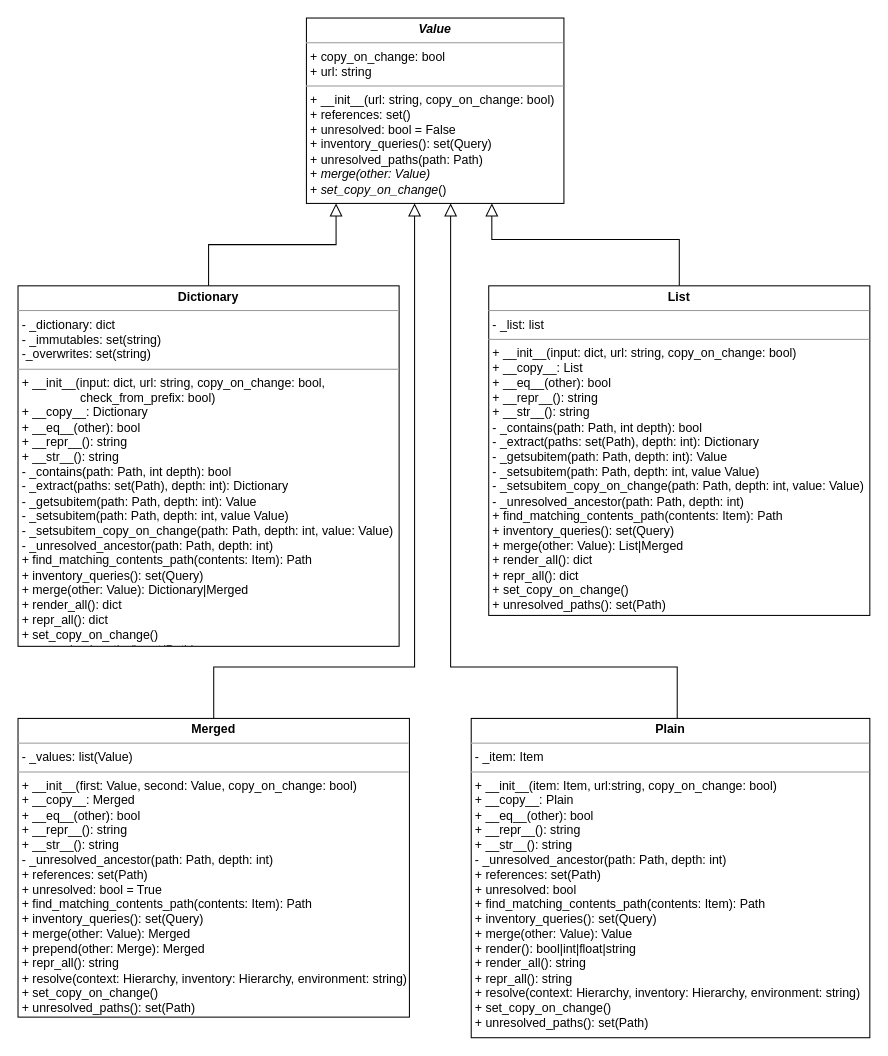
AndrewPickford/nodeclass keeps this draw.io diagram as page "Page-3" (3 of 4) of docs/diagrams/classes.drawio. Above is the earlier version. Source tidied: cells renumbered, new cells numbered last; positions are measured from the earlier drawing's top-left corner, leaving out a move shared by most shapes. Both pictures are drawn from the tidied source at 103%, with x=0, y=0 at pixel (18, 18).
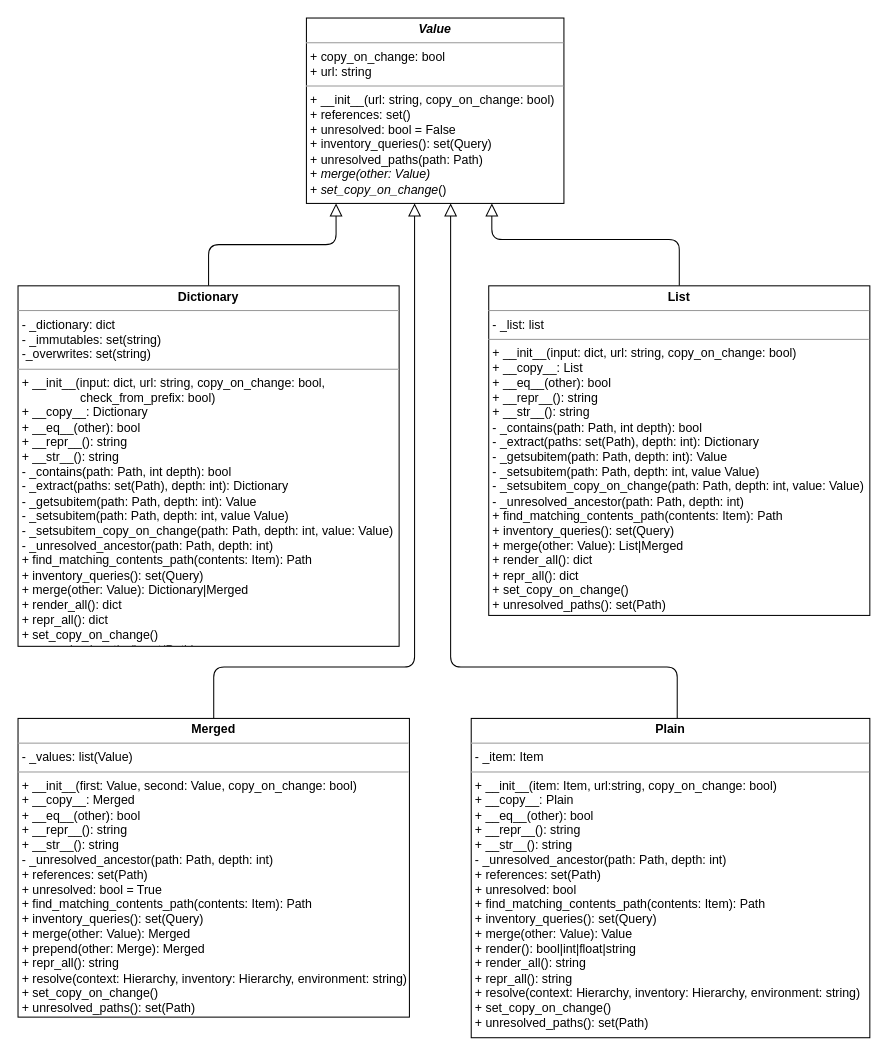
After the change.

The edit, as a diff of the source:
```diff
@@
 <mxGraphModel>
   <root>
     <mxCell id="0" />
     <mxCell id="1" parent="0" />
     <mxCell id="2" value="&lt;p style=&quot;margin:0px;margin-top:4px;text-align:center;&quot;&gt;&lt;b&gt;&lt;i&gt;Value&lt;/i&gt;&lt;/b&gt;&lt;/p&gt;&lt;hr size=&quot;1&quot;&gt;&lt;p style=&quot;margin:0px;margin-left:4px;&quot;&gt;+ copy_on_change: bool&lt;/p&gt;&lt;p style=&quot;margin:0px;margin-left:4px;&quot;&gt;+ url: string&lt;/p&gt;&lt;hr size=&quot;1&quot;&gt;&lt;p style=&quot;margin: 0px 0px 0px 4px;&quot;&gt;&lt;span style=&quot;background-color: initial;&quot;&gt;+ __init__(url: string, copy_on_change: bool)&lt;/span&gt;&lt;/p&gt;&lt;p style=&quot;margin: 0px 0px 0px 4px;&quot;&gt;&lt;span style=&quot;background-color: initial;&quot;&gt;+ references: set()&lt;/span&gt;&lt;br&gt;&lt;/p&gt;&lt;p style=&quot;margin:0px;margin-left:4px;&quot;&gt;+ unresolved: bool = False&lt;/p&gt;&lt;p style=&quot;margin:0px;margin-left:4px;&quot;&gt;+ inventory_queries(): set(Query)&lt;br&gt;&lt;/p&gt;&lt;p style=&quot;margin:0px;margin-left:4px;&quot;&gt;+ unresolved_paths(path: Path)&lt;/p&gt;&lt;p style=&quot;margin:0px;margin-left:4px;&quot;&gt;+ &lt;i&gt;merge(other: Value)&lt;/i&gt;&lt;/p&gt;&lt;p style=&quot;margin:0px;margin-left:4px;&quot;&gt;+ &lt;i&gt;set_copy_on_change&lt;/i&gt;()&lt;/p&gt;" style="verticalAlign=top;align=left;overflow=fill;fontSize=12;fontFamily=Helvetica;html=1;" parent="1" vertex="1">
       <mxGeometry x="280" width="250" height="180" as="geometry" />
     </mxCell>
-    <mxCell id="3" style="edgeStyle=orthogonalEdgeStyle;rounded=0;jettySize=auto;html=1;exitX=0.5;exitY=0;exitDx=0;exitDy=0;entryX=0.115;entryY=1;entryDx=0;entryDy=0;entryPerimeter=0;endSize=10;startSize=10;endArrow=block;endFill=0;" parent="1" edge="1" source="4" target="2">
+    <mxCell id="3" style="edgeStyle=orthogonalEdgeStyle;rounded=1;jettySize=auto;html=1;exitX=0.5;exitY=0;exitDx=0;exitDy=0;entryX=0.115;entryY=1;entryDx=0;entryDy=0;entryPerimeter=0;endSize=10;startSize=10;endArrow=block;endFill=0;" parent="1" edge="1" source="4" target="2">
       <mxGeometry relative="1" as="geometry" />
     </mxCell>
     <mxCell id="4" value="&lt;p style=&quot;margin:0px;margin-top:4px;text-align:center;&quot;&gt;&lt;b&gt;Dictionary&lt;/b&gt;&lt;/p&gt;&lt;hr size=&quot;1&quot;&gt;&lt;p style=&quot;margin:0px;margin-left:4px;&quot;&gt;- _dictionary: dict&lt;/p&gt;&lt;p style=&quot;margin:0px;margin-left:4px;&quot;&gt;- _immutables: set(string)&lt;/p&gt;&lt;p style=&quot;margin:0px;margin-left:4px;&quot;&gt;-_overwrites: set(string)&lt;/p&gt;&lt;hr size=&quot;1&quot;&gt;&lt;p style=&quot;margin:0px;margin-left:4px;&quot;&gt;+ __init__(input: dict, url: string, copy_on_change: bool,&lt;/p&gt;&lt;p style=&quot;margin:0px;margin-left:4px;&quot;&gt;&amp;nbsp; &amp;nbsp; &amp;nbsp; &amp;nbsp; &amp;nbsp; &amp;nbsp; &amp;nbsp; &amp;nbsp; &amp;nbsp;check_from_prefix: bool)&lt;/p&gt;&lt;p style=&quot;margin:0px;margin-left:4px;&quot;&gt;+ __copy__: Dictionary&lt;/p&gt;&lt;p style=&quot;margin:0px;margin-left:4px;&quot;&gt;+ __eq__(other): bool&lt;/p&gt;&lt;p style=&quot;margin:0px;margin-left:4px;&quot;&gt;+ __repr__(): string&lt;/p&gt;&lt;p style=&quot;margin:0px;margin-left:4px;&quot;&gt;+ __str__(): string&lt;/p&gt;&lt;p style=&quot;margin:0px;margin-left:4px;&quot;&gt;- _contains(path: Path, int depth): bool&lt;/p&gt;&lt;p style=&quot;margin:0px;margin-left:4px;&quot;&gt;- _extract(paths: set(Path), depth: int): Dictionary&lt;/p&gt;&lt;p style=&quot;margin:0px;margin-left:4px;&quot;&gt;- _getsubitem(path: Path, depth: int): Value&lt;/p&gt;&lt;p style=&quot;margin:0px;margin-left:4px;&quot;&gt;- _setsubitem(path: Path, depth: int, value Value)&lt;/p&gt;&lt;p style=&quot;margin:0px;margin-left:4px;&quot;&gt;- _setsubitem_copy_on_change(path: Path, depth: int, value: Value)&lt;/p&gt;&lt;p style=&quot;margin:0px;margin-left:4px;&quot;&gt;- _unresolved_ancestor(path: Path, depth: int)&lt;/p&gt;&lt;p style=&quot;margin:0px;margin-left:4px;&quot;&gt;+ find_matching_contents_path(contents: Item): Path&lt;/p&gt;&lt;p style=&quot;margin:0px;margin-left:4px;&quot;&gt;+ inventory_queries(): set(Query)&lt;/p&gt;&lt;p style=&quot;margin:0px;margin-left:4px;&quot;&gt;+ merge(other: Value): Dictionary|Merged&lt;/p&gt;&lt;p style=&quot;margin:0px;margin-left:4px;&quot;&gt;+ render_all(): dict&lt;/p&gt;&lt;p style=&quot;margin:0px;margin-left:4px;&quot;&gt;+ repr_all(): dict&lt;/p&gt;&lt;p style=&quot;margin:0px;margin-left:4px;&quot;&gt;+ set_copy_on_change()&lt;/p&gt;&lt;p style=&quot;margin:0px;margin-left:4px;&quot;&gt;+ unresolved_paths(): set(Path)&lt;/p&gt;" style="verticalAlign=top;align=left;overflow=fill;fontSize=12;fontFamily=Helvetica;html=1;" parent="1" vertex="1">
       <mxGeometry y="260" width="370" height="350" as="geometry" />
     </mxCell>
-    <mxCell id="5" style="edgeStyle=orthogonalEdgeStyle;rounded=0;jettySize=auto;html=1;endArrow=block;endFill=0;startSize=10;endSize=10;" parent="1" edge="1" source="6" target="2">
+    <mxCell id="5" style="edgeStyle=orthogonalEdgeStyle;rounded=1;jettySize=auto;html=1;endArrow=block;endFill=0;startSize=10;endSize=10;" parent="1" edge="1" source="6" target="2">
       <mxGeometry relative="1" as="geometry">
         <Array as="points">
           <mxPoint x="642" y="215" />
           <mxPoint x="460" y="215" />
         </Array>
       </mxGeometry>
     </mxCell>
     <mxCell id="6" value="&lt;p style=&quot;margin:0px;margin-top:4px;text-align:center;&quot;&gt;&lt;b&gt;List&lt;/b&gt;&lt;/p&gt;&lt;hr size=&quot;1&quot;&gt;&lt;p style=&quot;margin:0px;margin-left:4px;&quot;&gt;- _list: list&lt;/p&gt;&lt;hr size=&quot;1&quot;&gt;&lt;p style=&quot;margin:0px;margin-left:4px;&quot;&gt;+ __init__(input: dict, url: string, copy_on_change: bool)&lt;br&gt;&lt;/p&gt;&lt;p style=&quot;margin:0px;margin-left:4px;&quot;&gt;+ __copy__: List&lt;/p&gt;&lt;p style=&quot;margin:0px;margin-left:4px;&quot;&gt;+ __eq__(other): bool&lt;/p&gt;&lt;p style=&quot;margin:0px;margin-left:4px;&quot;&gt;+ __repr__(): string&lt;/p&gt;&lt;p style=&quot;margin:0px;margin-left:4px;&quot;&gt;+ __str__(): string&lt;/p&gt;&lt;p style=&quot;margin:0px;margin-left:4px;&quot;&gt;- _contains(path: Path, int depth): bool&lt;/p&gt;&lt;p style=&quot;margin:0px;margin-left:4px;&quot;&gt;- _extract(paths: set(Path), depth: int): Dictionary&lt;/p&gt;&lt;p style=&quot;margin:0px;margin-left:4px;&quot;&gt;- _getsubitem(path: Path, depth: int): Value&lt;/p&gt;&lt;p style=&quot;margin:0px;margin-left:4px;&quot;&gt;- _setsubitem(path: Path, depth: int, value Value)&lt;/p&gt;&lt;p style=&quot;margin:0px;margin-left:4px;&quot;&gt;- _setsubitem_copy_on_change(path: Path, depth: int, value: Value)&lt;/p&gt;&lt;p style=&quot;margin:0px;margin-left:4px;&quot;&gt;- _unresolved_ancestor(path: Path, depth: int)&lt;/p&gt;&lt;p style=&quot;margin:0px;margin-left:4px;&quot;&gt;+ find_matching_contents_path(contents: Item): Path&lt;/p&gt;&lt;p style=&quot;margin:0px;margin-left:4px;&quot;&gt;+ inventory_queries(): set(Query)&lt;/p&gt;&lt;p style=&quot;margin:0px;margin-left:4px;&quot;&gt;+ merge(other: Value): List|Merged&lt;/p&gt;&lt;p style=&quot;margin:0px;margin-left:4px;&quot;&gt;+ render_all(): dict&lt;/p&gt;&lt;p style=&quot;margin:0px;margin-left:4px;&quot;&gt;+ repr_all(): dict&lt;/p&gt;&lt;p style=&quot;margin:0px;margin-left:4px;&quot;&gt;+ set_copy_on_change()&lt;/p&gt;&lt;p style=&quot;margin:0px;margin-left:4px;&quot;&gt;+ unresolved_paths(): set(Path)&lt;/p&gt;" style="verticalAlign=top;align=left;overflow=fill;fontSize=12;fontFamily=Helvetica;html=1;" parent="1" vertex="1">
       <mxGeometry x="457" y="260" width="370" height="320" as="geometry" />
     </mxCell>
-    <mxCell id="7" style="edgeStyle=orthogonalEdgeStyle;rounded=0;jettySize=auto;html=1;endArrow=block;endFill=0;startSize=10;endSize=10;" parent="1" edge="1" source="8" target="2">
+    <mxCell id="7" style="edgeStyle=orthogonalEdgeStyle;rounded=1;jettySize=auto;html=1;endArrow=block;endFill=0;startSize=10;endSize=10;" parent="1" edge="1" source="8" target="2">
       <mxGeometry relative="1" as="geometry">
         <Array as="points">
           <mxPoint x="640" y="630" />
           <mxPoint x="420" y="630" />
         </Array>
       </mxGeometry>
     </mxCell>
     <mxCell id="8" value="&lt;p style=&quot;margin:0px;margin-top:4px;text-align:center;&quot;&gt;&lt;b&gt;Plain&lt;/b&gt;&lt;/p&gt;&lt;hr size=&quot;1&quot;&gt;&lt;p style=&quot;margin:0px;margin-left:4px;&quot;&gt;- _item: Item&lt;/p&gt;&lt;hr size=&quot;1&quot;&gt;&lt;p style=&quot;margin:0px;margin-left:4px;&quot;&gt;+ __init__(item: Item, url:string, copy_on_change: bool)&amp;nbsp;&lt;/p&gt;&lt;p style=&quot;margin:0px;margin-left:4px;&quot;&gt;+ __copy__: Plain&lt;/p&gt;&lt;p style=&quot;margin:0px;margin-left:4px;&quot;&gt;+ __eq__(other): bool&lt;/p&gt;&lt;p style=&quot;margin:0px;margin-left:4px;&quot;&gt;+ __repr__(): string&lt;/p&gt;&lt;p style=&quot;margin:0px;margin-left:4px;&quot;&gt;+ __str__(): string&lt;/p&gt;&lt;p style=&quot;margin:0px;margin-left:4px;&quot;&gt;- _unresolved_ancestor(path: Path, depth: int)&lt;/p&gt;&lt;p style=&quot;margin:0px;margin-left:4px;&quot;&gt;+ references: set(Path)&lt;/p&gt;&lt;p style=&quot;margin:0px;margin-left:4px;&quot;&gt;+ unresolved: bool&lt;/p&gt;&lt;p style=&quot;margin:0px;margin-left:4px;&quot;&gt;+ find_matching_contents_path(contents: Item): Path&lt;/p&gt;&lt;p style=&quot;margin:0px;margin-left:4px;&quot;&gt;+ inventory_queries(): set(Query)&lt;/p&gt;&lt;p style=&quot;margin:0px;margin-left:4px;&quot;&gt;+ merge(other: Value): Value&lt;/p&gt;&lt;p style=&quot;margin: 0px 0px 0px 4px;&quot;&gt;&lt;span style=&quot;background-color: initial;&quot;&gt;+ render(): bool|int|float|string&lt;/span&gt;&lt;br&gt;&lt;/p&gt;&lt;p style=&quot;margin:0px;margin-left:4px;&quot;&gt;+ render_all(): string&lt;/p&gt;&lt;p style=&quot;margin:0px;margin-left:4px;&quot;&gt;+ repr_all(): string&lt;/p&gt;&lt;p style=&quot;margin:0px;margin-left:4px;&quot;&gt;+ resolve(context: Hierarchy, inventory: Hierarchy, environment: string)&lt;br&gt;&lt;/p&gt;&lt;p style=&quot;margin:0px;margin-left:4px;&quot;&gt;+ set_copy_on_change()&lt;/p&gt;&lt;p style=&quot;margin:0px;margin-left:4px;&quot;&gt;+ unresolved_paths(): set(Path)&lt;/p&gt;" style="verticalAlign=top;align=left;overflow=fill;fontSize=12;fontFamily=Helvetica;html=1;" parent="1" vertex="1">
       <mxGeometry x="440" y="680" width="387" height="310" as="geometry" />
     </mxCell>
-    <mxCell id="9" style="edgeStyle=orthogonalEdgeStyle;rounded=0;jettySize=auto;html=1;exitX=0.5;exitY=0;exitDx=0;exitDy=0;endArrow=block;endFill=0;startSize=10;endSize=10;" parent="1" edge="1" source="10" target="2">
+    <mxCell id="9" style="edgeStyle=orthogonalEdgeStyle;rounded=1;jettySize=auto;html=1;exitX=0.5;exitY=0;exitDx=0;exitDy=0;endArrow=block;endFill=0;startSize=10;endSize=10;" parent="1" edge="1" source="10" target="2">
       <mxGeometry relative="1" as="geometry">
         <Array as="points">
           <mxPoint x="190" y="630" />
           <mxPoint x="385" y="630" />
         </Array>
       </mxGeometry>
     </mxCell>
     <mxCell id="10" value="&lt;p style=&quot;margin:0px;margin-top:4px;text-align:center;&quot;&gt;&lt;b&gt;Merged&lt;/b&gt;&lt;/p&gt;&lt;hr size=&quot;1&quot;&gt;&lt;p style=&quot;margin:0px;margin-left:4px;&quot;&gt;- _values: list(Value)&lt;/p&gt;&lt;hr size=&quot;1&quot;&gt;&lt;p style=&quot;margin:0px;margin-left:4px;&quot;&gt;+ __init__(first: Value, second: Value, copy_on_change: bool)&lt;/p&gt;&lt;p style=&quot;margin:0px;margin-left:4px;&quot;&gt;+ __copy__: Merged&lt;/p&gt;&lt;p style=&quot;margin:0px;margin-left:4px;&quot;&gt;+ __eq__(other): bool&lt;/p&gt;&lt;p style=&quot;margin:0px;margin-left:4px;&quot;&gt;+ __repr__(): string&lt;/p&gt;&lt;p style=&quot;margin:0px;margin-left:4px;&quot;&gt;+ __str__(): string&lt;/p&gt;&lt;p style=&quot;margin:0px;margin-left:4px;&quot;&gt;- _unresolved_ancestor(path: Path, depth: int)&lt;/p&gt;&lt;p style=&quot;margin:0px;margin-left:4px;&quot;&gt;+ references: set(Path)&lt;/p&gt;&lt;p style=&quot;margin:0px;margin-left:4px;&quot;&gt;+ unresolved: bool = True&lt;/p&gt;&lt;p style=&quot;margin:0px;margin-left:4px;&quot;&gt;+ find_matching_contents_path(contents: Item): Path&lt;/p&gt;&lt;p style=&quot;margin:0px;margin-left:4px;&quot;&gt;+ inventory_queries(): set(Query)&lt;/p&gt;&lt;p style=&quot;margin:0px;margin-left:4px;&quot;&gt;+ merge(other: Value): Merged&lt;/p&gt;&lt;p style=&quot;margin:0px;margin-left:4px;&quot;&gt;+ prepend(other: Merge): Merged&lt;/p&gt;&lt;p style=&quot;margin:0px;margin-left:4px;&quot;&gt;+ repr_all(): string&lt;/p&gt;&lt;p style=&quot;margin:0px;margin-left:4px;&quot;&gt;+ resolve(context: Hierarchy, inventory: Hierarchy, environment: string)&lt;/p&gt;&lt;p style=&quot;margin:0px;margin-left:4px;&quot;&gt;+ set_copy_on_change()&lt;/p&gt;&lt;p style=&quot;margin:0px;margin-left:4px;&quot;&gt;+ unresolved_paths(): set(Path)&lt;/p&gt;" style="verticalAlign=top;align=left;overflow=fill;fontSize=12;fontFamily=Helvetica;html=1;" parent="1" vertex="1">
       <mxGeometry y="680" width="380" height="290" as="geometry" />
     </mxCell>
   </root>
 </mxGraphModel>
```
